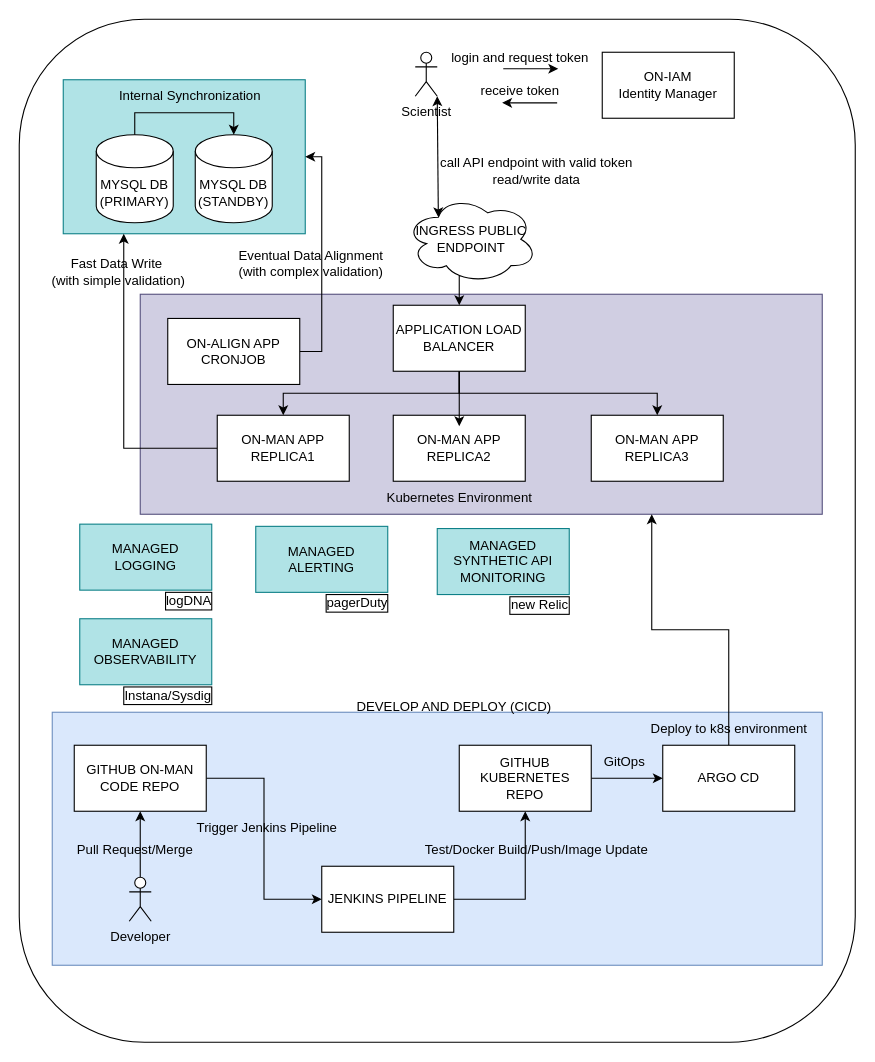
Earlier version of the draw.io diagram ontology-manager.drawio (desourav/on-man). Source tidied: cells renumbered, new cells numbered last; positions are measured from the earlier drawing's top-left corner, leaving out a move shared by most shapes. Both pictures are drawn from the tidied source at 110%, with x=0, y=0 at pixel (19, 19).
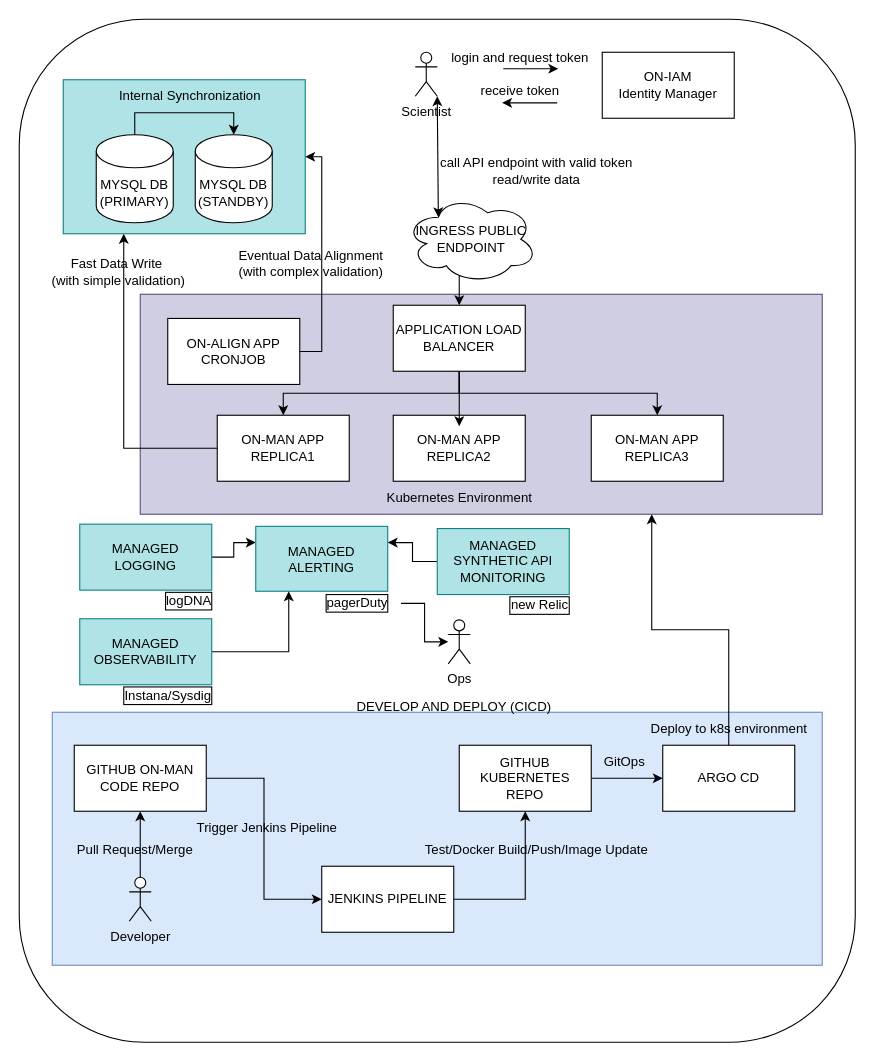
Above is the later version.

The change refers to these unchanged cells:
```xml
<mxCell id="33" value="MANAGED LOGGING" style="rounded=0;whiteSpace=wrap;html=1;fillColor=#b0e3e6;strokeColor=#0e8088;" parent="1" vertex="1">
  <mxGeometry x="55" y="459" width="120" height="60" as="geometry" />
</mxCell>
<mxCell id="35" value="MANAGED SYNTHETIC API MONITORING" style="rounded=0;whiteSpace=wrap;html=1;fillColor=#b0e3e6;strokeColor=#0e8088;" parent="1" vertex="1">
  <mxGeometry x="380" y="463" width="120" height="60" as="geometry" />
</mxCell>
<mxCell id="37" value="pagerDuty" style="text;html=1;align=center;verticalAlign=middle;points=[];strokeColor=none;fillColor=none;labelBorderColor=default;" parent="1" vertex="1">
  <mxGeometry x="267" y="516" width="80" height="30" as="geometry" />
</mxCell>
<mxCell id="55" value="MANAGED OBSERVABILITY" style="rounded=0;whiteSpace=wrap;html=1;fillColor=#b0e3e6;strokeColor=#0e8088;" parent="1" vertex="1">
  <mxGeometry x="55" y="545" width="120" height="60" as="geometry" />
</mxCell>
```

What changed in the source:
```diff
@@
+    <mxCell id="57" style="edgeStyle=orthogonalEdgeStyle;rounded=0;jettySize=auto;html=1;exitX=1;exitY=0.5;exitDx=0;exitDy=0;entryX=0;entryY=0.25;entryDx=0;entryDy=0;" parent="1" edge="1" source="33" target="34">
+      <mxGeometry relative="1" as="geometry" />
+    </mxCell>
@@
     <mxCell id="34" value="MANAGED ALERTING" style="rounded=0;whiteSpace=wrap;html=1;fillColor=#b0e3e6;strokeColor=#0e8088;" parent="1" vertex="1">
-      <mxGeometry x="215" y="461" width="120" height="60" as="geometry" />
+      <mxGeometry x="215" y="461" width="120" height="59" as="geometry" />
     </mxCell>
+    <mxCell id="58" style="edgeStyle=orthogonalEdgeStyle;rounded=0;jettySize=auto;html=1;exitX=0;exitY=0.5;exitDx=0;exitDy=0;entryX=1;entryY=0.25;entryDx=0;entryDy=0;" parent="1" edge="1" source="35" target="34">
+      <mxGeometry relative="1" as="geometry" />
+    </mxCell>
@@
+    <mxCell id="59" style="edgeStyle=orthogonalEdgeStyle;rounded=0;jettySize=auto;html=1;" parent="1" edge="1" source="37" target="61">
+      <mxGeometry relative="1" as="geometry" />
+    </mxCell>
@@
+    <mxCell id="60" style="edgeStyle=orthogonalEdgeStyle;rounded=0;jettySize=auto;html=1;entryX=0.25;entryY=1;entryDx=0;entryDy=0;" parent="1" edge="1" source="55" target="34">
+      <mxGeometry relative="1" as="geometry" />
+    </mxCell>
@@
+    <mxCell id="61" value="Ops" style="shape=umlActor;verticalLabelPosition=bottom;verticalAlign=top;html=1;outlineConnect=0;" parent="1" vertex="1">
+      <mxGeometry x="390" y="546" width="20" height="40" as="geometry" />
+    </mxCell>
```
